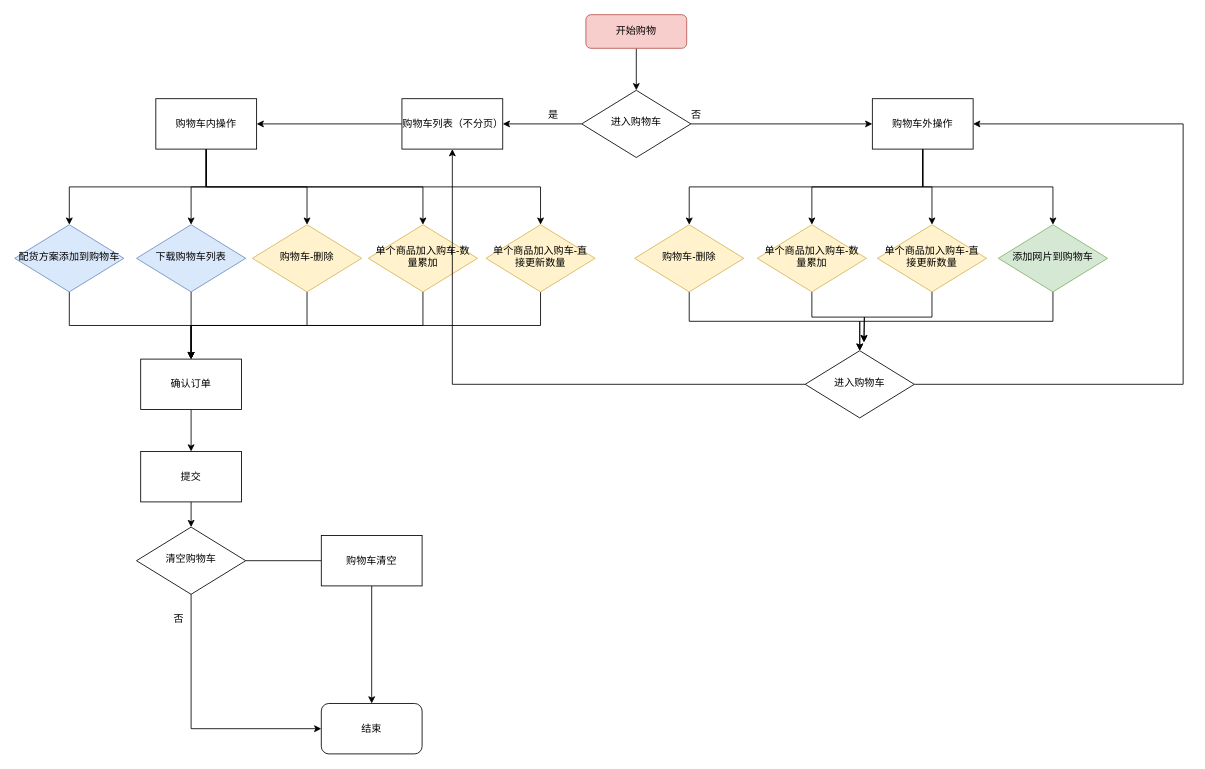
Earlier version of the draw.io diagram B2B购物车流程图.drawio (ChenBuJiu/chart). Source tidied: cells renumbered, new cells numbered last; positions are measured from the earlier drawing's top-left corner, leaving out a move shared by most shapes. Both pictures are drawn from the tidied source at 84%, with x=0, y=0 at pixel (14, 14).
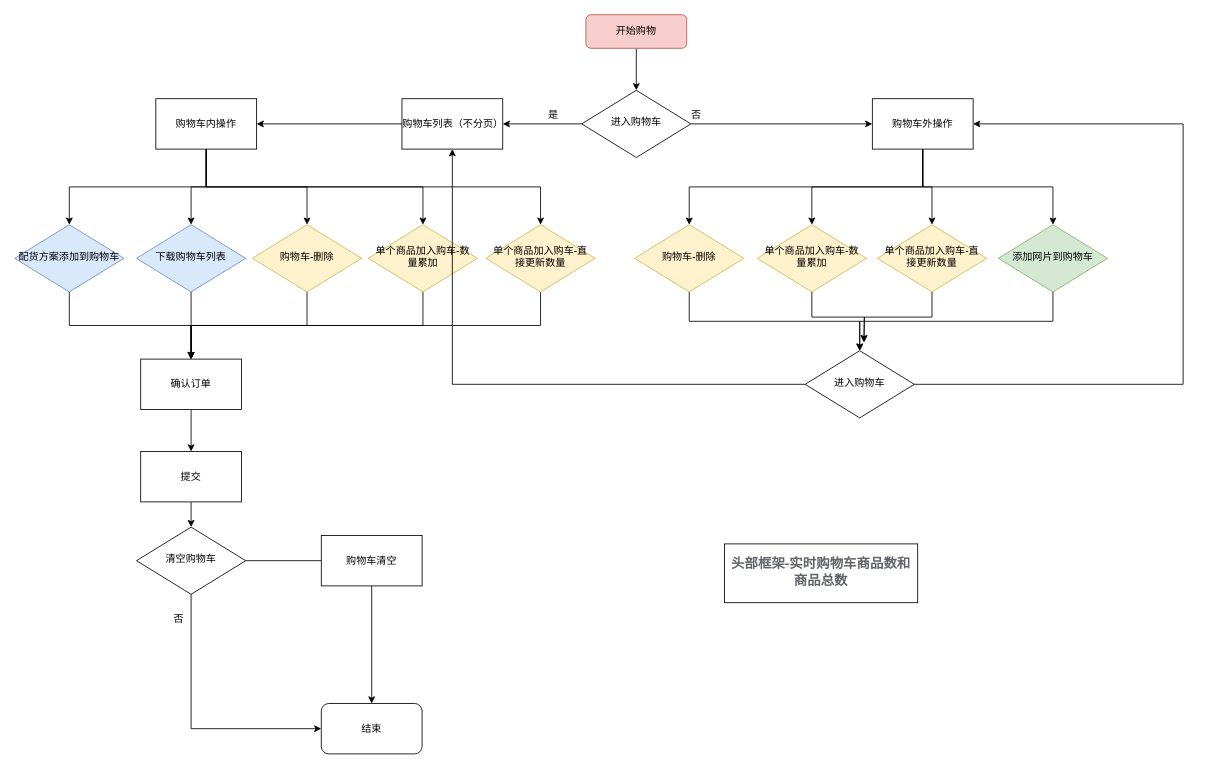
The same page after the edit.

Commit message (it also covers changes not shown here):
更新B2B购物车流程图.drawio

What changed in the source:
```diff
@@
+    <mxCell id="56" value="&lt;span style=&quot;color: rgb(97, 99, 104); font-family: Avenir, Helvetica, Arial, sans-serif; font-size: 16px; font-weight: 600; text-align: start; background-color: rgb(255, 255, 255);&quot;&gt;头部框架-实时购物车商品数和商品总数&lt;/span&gt;" style="rounded=0;whiteSpace=wrap;html=1;shadow=0;strokeWidth=1;spacing=6;spacingTop=-4;" parent="1" vertex="1">
+      <mxGeometry x="845" y="630" width="230" height="70" as="geometry" />
+    </mxCell>
```
